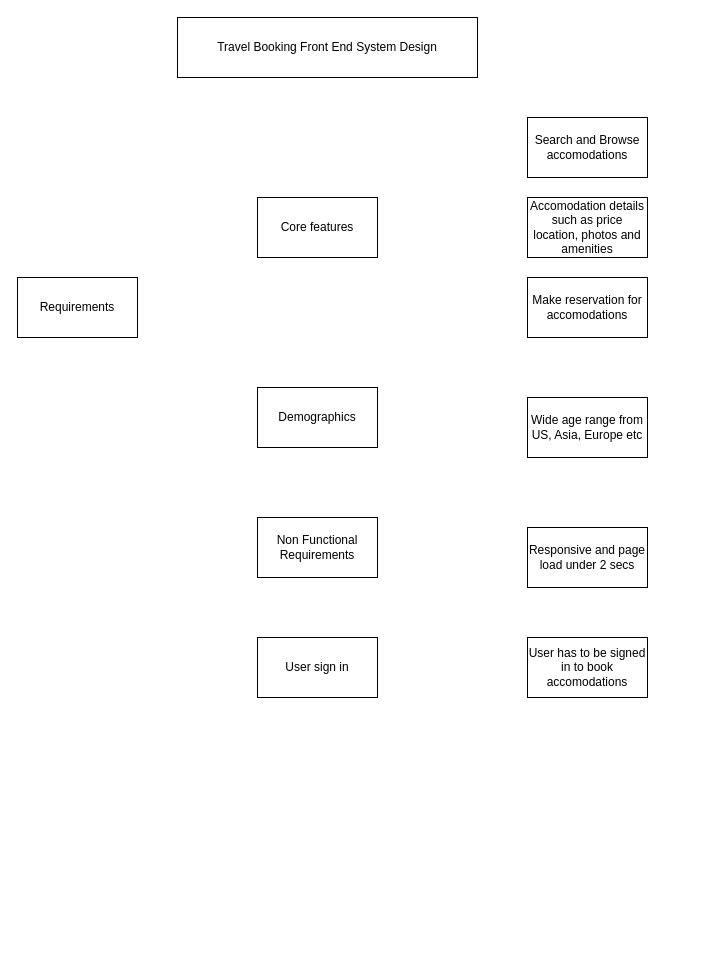
This is TravelBooking.drawio from KaidenCoder/DrawIORepo, a draw.io file, before an edit. Source tidied: cells renumbered, new cells numbered last; positions are measured from the earlier drawing's top-left corner, leaving out a move shared by most shapes. Both pictures are drawn from the tidied source at 100%, with x=0, y=0 at pixel (17, 17).
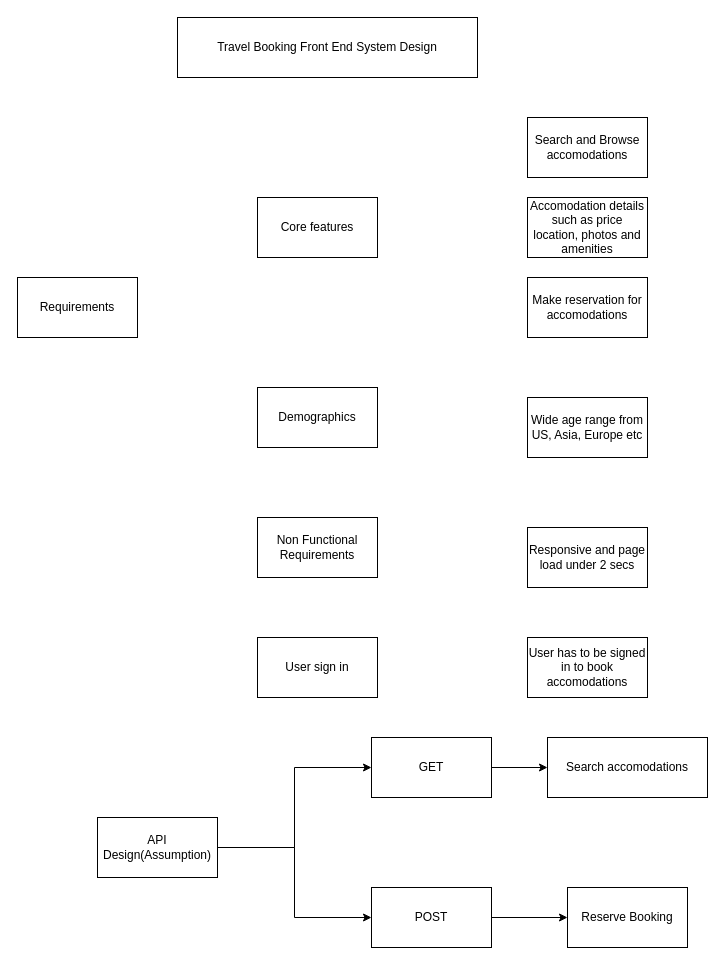
The same page after the edit.

Change to the diagram source:
```diff
@@
+    <mxCell id="14" style="edgeStyle=orthogonalEdgeStyle;rounded=0;jettySize=auto;html=1;entryX=0;entryY=0.5;entryDx=0;entryDy=0;" parent="1" edge="1" source="16" target="18">
+      <mxGeometry relative="1" as="geometry" />
+    </mxCell>
+    <mxCell id="15" style="edgeStyle=orthogonalEdgeStyle;rounded=0;jettySize=auto;html=1;entryX=0;entryY=0.5;entryDx=0;entryDy=0;" parent="1" edge="1" source="16" target="20">
+      <mxGeometry relative="1" as="geometry" />
+    </mxCell>
+    <mxCell id="16" value="API Design(Assumption)" style="rounded=0;whiteSpace=wrap;html=1;" parent="1" vertex="1">
+      <mxGeometry x="80" y="800" width="120" height="60" as="geometry" />
+    </mxCell>
+    <mxCell id="17" style="edgeStyle=orthogonalEdgeStyle;rounded=0;jettySize=auto;html=1;" parent="1" edge="1" source="18" target="21">
+      <mxGeometry relative="1" as="geometry" />
+    </mxCell>
+    <mxCell id="18" value="GET" style="rounded=0;whiteSpace=wrap;html=1;" parent="1" vertex="1">
+      <mxGeometry x="354" y="720" width="120" height="60" as="geometry" />
+    </mxCell>
+    <mxCell id="19" style="edgeStyle=orthogonalEdgeStyle;rounded=0;jettySize=auto;html=1;" parent="1" edge="1" source="20" target="22">
+      <mxGeometry relative="1" as="geometry" />
+    </mxCell>
+    <mxCell id="20" value="POST" style="rounded=0;whiteSpace=wrap;html=1;" parent="1" vertex="1">
+      <mxGeometry x="354" y="870" width="120" height="60" as="geometry" />
+    </mxCell>
+    <mxCell id="21" value="Search accomodations" style="rounded=0;whiteSpace=wrap;html=1;" parent="1" vertex="1">
+      <mxGeometry x="530" y="720" width="160" height="60" as="geometry" />
+    </mxCell>
+    <mxCell id="22" value="Reserve Booking" style="rounded=0;whiteSpace=wrap;html=1;" parent="1" vertex="1">
+      <mxGeometry x="550" y="870" width="120" height="60" as="geometry" />
+    </mxCell>
```
